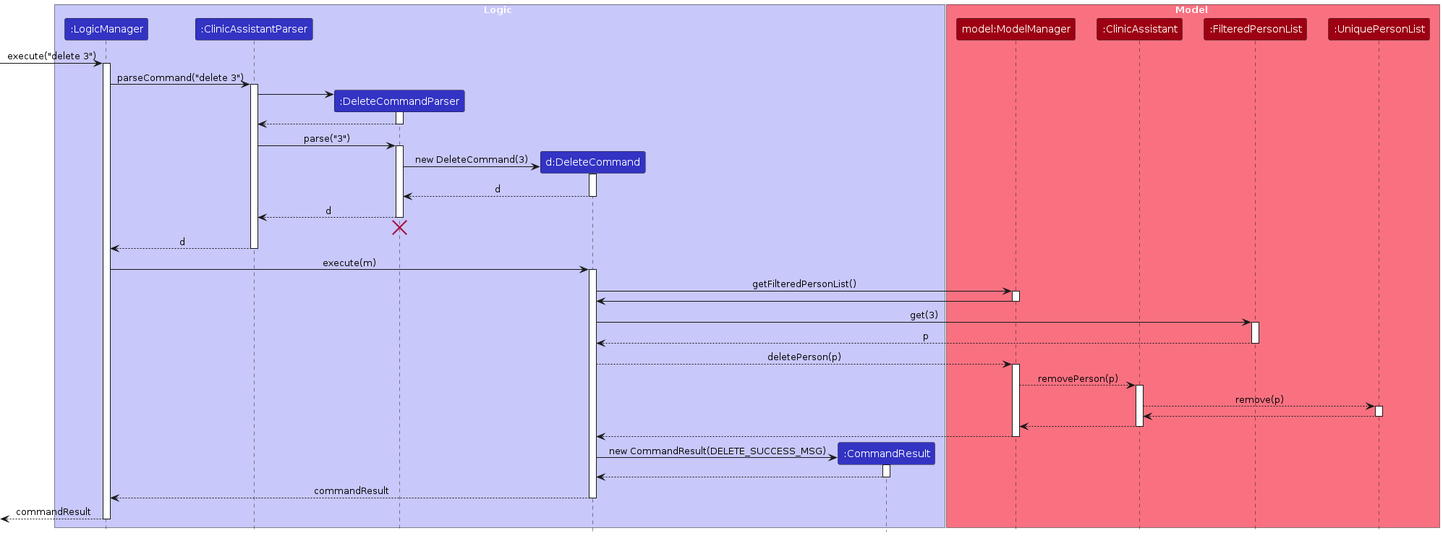
Above: diagrams/DeleteCommandDiagram.png in AY2324S1-CS2103T-W09-3/tp (PlantUML), before the change. Its source is kept beside it as diagrams/DeleteCommandDiagram.puml.
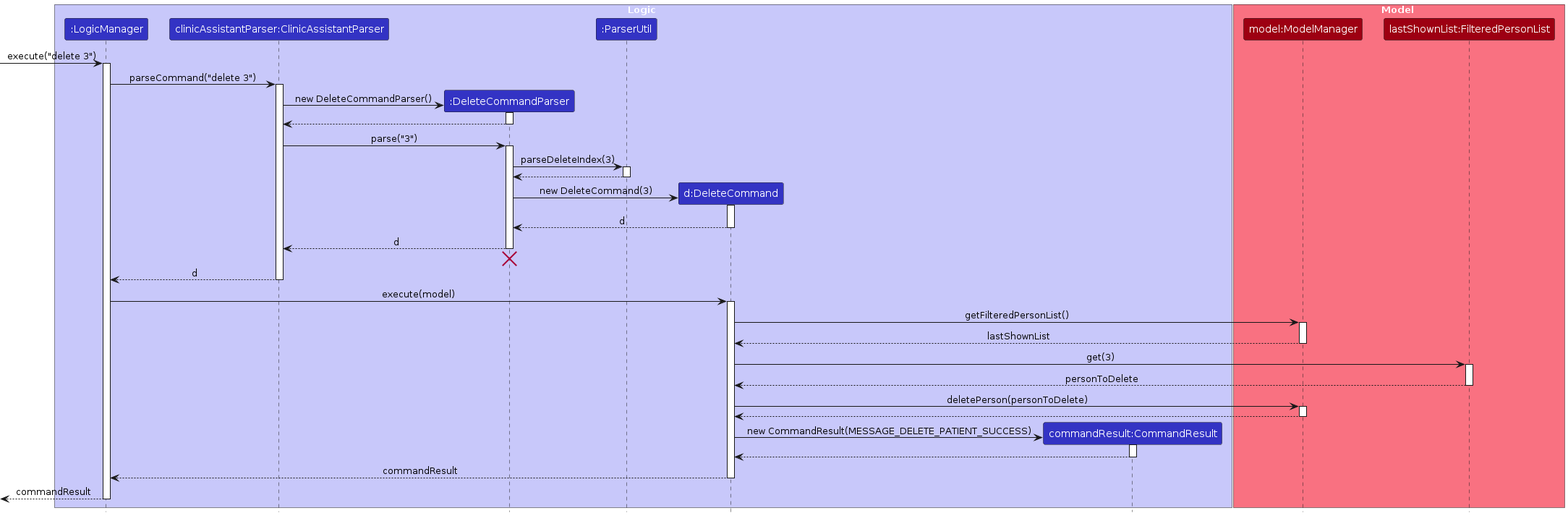
After the change.

The edit, as a diff of the source:
```diff
@@ -4,86 +4,93 @@
 
 box Logic LOGIC_COLOR_T1
 participant ":LogicManager" as LogicManager LOGIC_COLOR
-participant ":ClinicAssistantParser" as ClinicAssistantParser LOGIC_COLOR
+participant "clinicAssistantParser:ClinicAssistantParser" as ClinicAssistantParser LOGIC_COLOR
 participant ":DeleteCommandParser" as DeleteCommandParser LOGIC_COLOR
+participant ":ParserUtil" as ParserUtil LOGIC_COLOR
 participant "d:DeleteCommand" as DeleteCommand LOGIC_COLOR
-participant ":CommandResult" as CommandResult LOGIC_COLOR
+participant "commandResult:CommandResult" as CommandResult LOGIC_COLOR
 end box
+
 
 box Model MODEL_COLOR_T1
 participant "model:ModelManager" as ModelManager MODEL_COLOR
-participant ":ClinicAssistant" as ClinicAssistant MODEL_COLOR
-participant ":FilteredPersonList" as FilteredPersonList MODEL_COLOR
-participant ":UniquePersonList" as UniquePersonList MODEL_COLOR
+participant "lastShownList:FilteredPersonList" as FilteredPersonList MODEL_COLOR
 
 end box
+
 
 [-> LogicManager : execute("delete 3")
 activate LogicManager
 
+
 LogicManager -> ClinicAssistantParser : parseCommand("delete 3")
 activate ClinicAssistantParser
 
+
 create DeleteCommandParser
-ClinicAssistantParser -> DeleteCommandParser
+ClinicAssistantParser -> DeleteCommandParser : new DeleteCommandParser()
 activate DeleteCommandParser
+
 
 DeleteCommandParser --> ClinicAssistantParser
 deactivate DeleteCommandParser
 
+
 ClinicAssistantParser ->  DeleteCommandParser : parse("3")
 activate  DeleteCommandParser
 
+DeleteCommandParser -> ParserUtil : parseDeleteIndex(3)
+activate ParserUtil
+
+ParserUtil --> DeleteCommandParser
+deactivate ParserUtil
+
 create DeleteCommand
 DeleteCommandParser ->  DeleteCommand : new DeleteCommand(3)
-activate  DeleteCommand
+activate DeleteCommand
 
 DeleteCommand --> DeleteCommandParser : d
 deactivate   DeleteCommand
+
 
 DeleteCommandParser --> ClinicAssistantParser : d
 deactivate  DeleteCommandParser
 DeleteCommandParser -[hidden]-> ClinicAssistantParser
 destroy DeleteCommandParser
 
+
 ClinicAssistantParser --> LogicManager : d
 deactivate ClinicAssistantParser
 
-LogicManager ->  DeleteCommand : execute(m)
+
+LogicManager ->  DeleteCommand : execute(model)
 activate  DeleteCommand
+
 
 DeleteCommand -> ModelManager : getFilteredPersonList()
 activate ModelManager
 
-ModelManager -> DeleteCommand
+
+ModelManager --> DeleteCommand : lastShownList
 deactivate ModelManager
 
-DeleteCommand -> FilteredPersonList :get(3)
+
+DeleteCommand -> FilteredPersonList : get(3)
 activate FilteredPersonList
 
-FilteredPersonList --> DeleteCommand : p
+
+FilteredPersonList --> DeleteCommand : personToDelete
 deactivate FilteredPersonList
 
-DeleteCommand --> ModelManager : deletePerson(p)
+
+DeleteCommand -> ModelManager : deletePerson(personToDelete)
 activate ModelManager
-
-ModelManager -->  ClinicAssistant :removePerson(p)
-activate ClinicAssistant
-
-ClinicAssistant --> UniquePersonList :remove(p)
-activate UniquePersonList
-
-UniquePersonList --> ClinicAssistant
-deactivate UniquePersonList
-
-ClinicAssistant --> ModelManager
-deactivate ClinicAssistant
 
 ModelManager --> DeleteCommand
 deactivate ModelManager
 
 create CommandResult
-DeleteCommand -> CommandResult: new CommandResult(DELETE_SUCCESS_MSG)
+DeleteCommand -> CommandResult: new CommandResult(MESSAGE_DELETE_PATIENT_SUCCESS)
 activate CommandResult
 
 CommandResult -->  DeleteCommand
```
